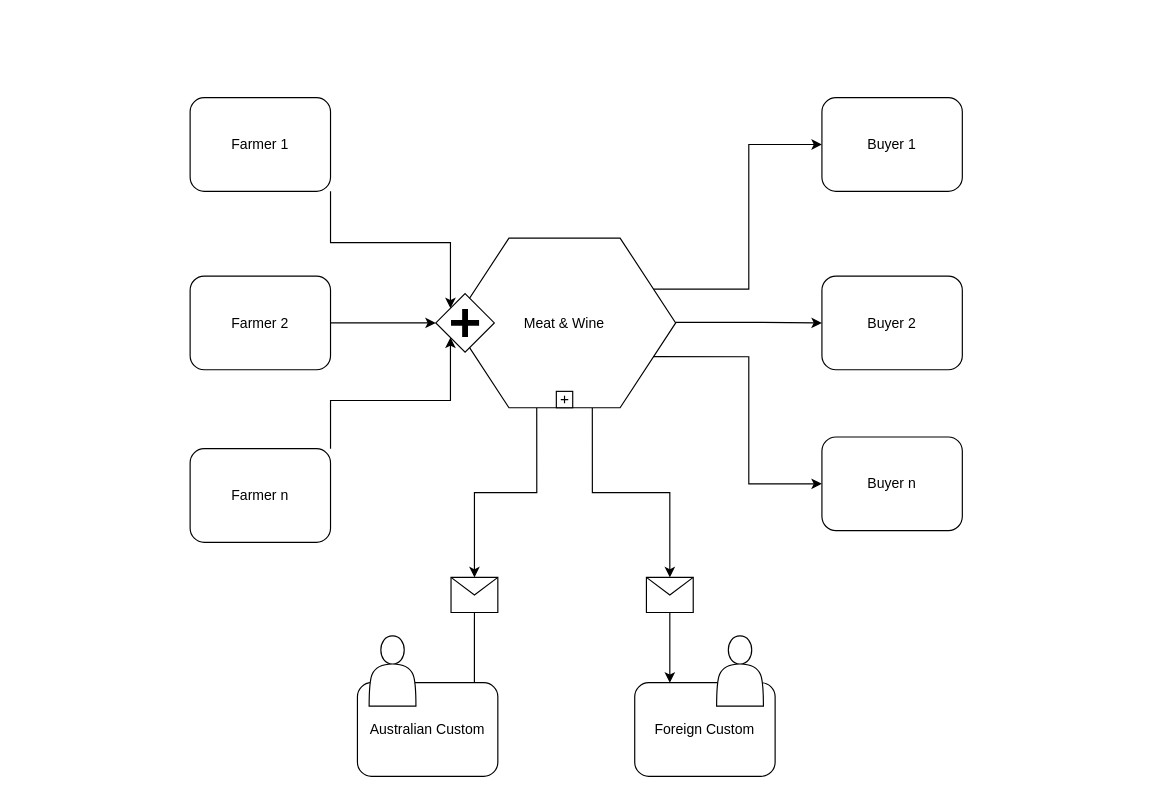
The draw.io diagram Untitled Diagram.drawio in you-zhou/demo, before the edit. Source tidied: cells renumbered, new cells numbered last; positions are measured from the earlier drawing's top-left corner, leaving out a move shared by most shapes. Both pictures are drawn from the tidied source at 117%, with x=0, y=0 at pixel (190, 97). Pictures stored in the file or linked from it are replaced by grey dashed boxes.
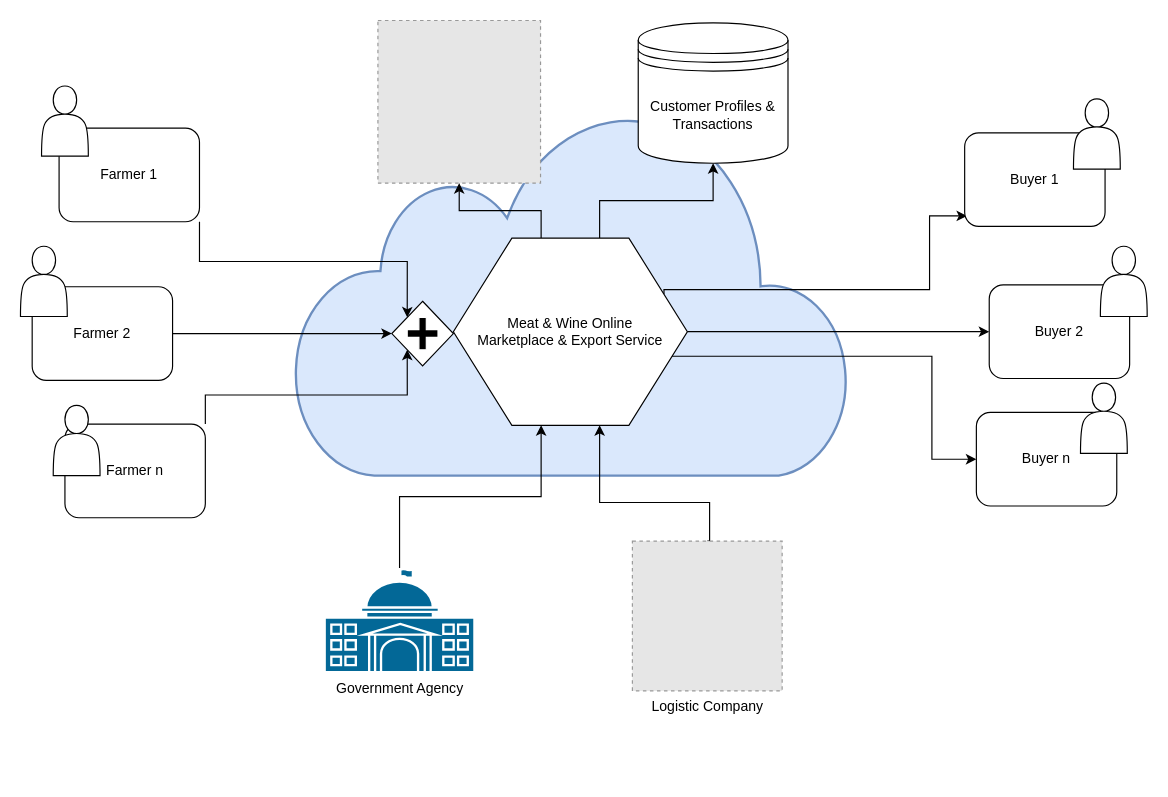
The same diagram, later.

The edit, as a diff of the source:
```diff
@@
+    <mxCell id="27" style="html=1;verticalLabelPosition=bottom;align=center;labelBackgroundColor=#ffffff;verticalAlign=top;strokeWidth=2;strokeColor=#6c8ebf;shadow=0;dashed=0;shape=mxgraph.ios7.icons.cloud;fillStyle=solid;fillColor=#dae8fc;" parent="1" vertex="1">
+      <mxGeometry x="89" y="9" width="475" height="314" as="geometry" />
+    </mxCell>
@@
     <mxCell id="3" value="Farmer 1" style="shape=ext;rounded=1;html=1;whiteSpace=wrap;" parent="1" vertex="1">
-      <mxGeometry width="120" height="80" as="geometry" />
+      <mxGeometry x="-112" y="26" width="120" height="80" as="geometry" />
     </mxCell>
@@
     <mxCell id="5" value="Farmer 2" style="shape=ext;rounded=1;html=1;whiteSpace=wrap;" parent="1" vertex="1">
-      <mxGeometry y="152.5" width="120" height="80" as="geometry" />
+      <mxGeometry x="-135" y="161.6" width="120" height="80" as="geometry" />
     </mxCell>
-    <mxCell id="6" style="edgeStyle=orthogonalEdgeStyle;rounded=0;jettySize=auto;html=1;exitX=1;exitY=0.25;exitDx=0;exitDy=0;entryX=0;entryY=0.5;entryDx=0;entryDy=0;" parent="1" edge="1" source="11" target="17">
-      <mxGeometry relative="1" as="geometry" />
-    </mxCell>
-    <mxCell id="7" style="edgeStyle=orthogonalEdgeStyle;rounded=0;jettySize=auto;html=1;exitX=1;exitY=0.5;exitDx=0;exitDy=0;" parent="1" edge="1" source="11" target="18">
+    <mxCell id="7" style="edgeStyle=orthogonalEdgeStyle;rounded=0;jettySize=auto;html=1;" parent="1" edge="1" source="11" target="18">
       <mxGeometry relative="1" as="geometry" />
     </mxCell>
-    <mxCell id="8" style="edgeStyle=orthogonalEdgeStyle;rounded=0;jettySize=auto;html=1;exitX=1;exitY=0.75;exitDx=0;exitDy=0;entryX=0;entryY=0.5;entryDx=0;entryDy=0;" parent="1" edge="1" source="11" target="16">
-      <mxGeometry relative="1" as="geometry" />
+    <mxCell id="8" style="edgeStyle=orthogonalEdgeStyle;rounded=0;jettySize=auto;html=1;entryX=0;entryY=0.5;entryDx=0;entryDy=0;" parent="1" edge="1" source="11" target="16">
+      <mxGeometry relative="1" as="geometry">
+        <Array as="points">
+          <mxPoint x="634" y="221" />
+          <mxPoint x="634" y="309" />
+        </Array>
+      </mxGeometry>
     </mxCell>
-    <mxCell id="9" style="edgeStyle=orthogonalEdgeStyle;rounded=0;jettySize=auto;html=1;exitX=0.375;exitY=1;exitDx=0;exitDy=0;entryX=0.5;entryY=0;entryDx=0;entryDy=0;" parent="1" edge="1" source="11" target="23">
-      <mxGeometry relative="1" as="geometry" />
-    </mxCell>
-    <mxCell id="10" style="edgeStyle=orthogonalEdgeStyle;rounded=0;jettySize=auto;html=1;exitX=0.625;exitY=1;exitDx=0;exitDy=0;entryX=0.5;entryY=0;entryDx=0;entryDy=0;" parent="1" edge="1" source="11" target="21">
-      <mxGeometry relative="1" as="geometry" />
-    </mxCell>
+    <mxCell id="28" style="edgeStyle=orthogonalEdgeStyle;rounded=0;jettySize=auto;html=1;exitX=0.625;exitY=0;exitDx=0;exitDy=0;" parent="1" edge="1" source="11" target="30">
+      <mxGeometry relative="1" as="geometry" />
+    </mxCell>
+    <mxCell id="6" style="edgeStyle=orthogonalEdgeStyle;rounded=0;jettySize=auto;html=1;exitX=1;exitY=0.25;exitDx=0;exitDy=0;entryX=0.017;entryY=0.888;entryDx=0;entryDy=0;entryPerimeter=0;" parent="1" edge="1" source="11" target="17">
+      <mxGeometry relative="1" as="geometry">
+        <Array as="points">
+          <mxPoint x="632" y="164" />
+          <mxPoint x="632" y="101" />
+        </Array>
+      </mxGeometry>
+    </mxCell>
+    <mxCell id="29" style="edgeStyle=orthogonalEdgeStyle;rounded=0;jettySize=auto;html=1;exitX=0.375;exitY=0;exitDx=0;exitDy=0;" parent="1" edge="1" source="11" target="43">
+      <mxGeometry relative="1" as="geometry" />
+    </mxCell>
-    <mxCell id="11" value="Meat &amp;amp; Wine" style="shape=hexagon;whiteSpace=wrap;html=1;perimeter=hexagonPerimeter;" parent="1" vertex="1">
-      <mxGeometry x="225" y="120" width="190" height="145" as="geometry" />
+    <mxCell id="11" value="Meat &amp;amp; Wine Online&lt;br&gt;Marketplace &amp;amp; Export Service" style="shape=hexagon;whiteSpace=wrap;html=1;perimeter=hexagonPerimeter;" parent="1" vertex="1">
+      <mxGeometry x="225" y="120" width="200" height="160" as="geometry" />
     </mxCell>
-    <mxCell id="12" style="html=1;shape=plus;" parent="11" vertex="1">
-      <mxGeometry x="0.5" y="1" width="14" height="14" relative="1" as="geometry">
-        <mxPoint x="-7" y="-14" as="offset" />
-      </mxGeometry>
-    </mxCell>
-    <mxCell id="13" style="shape=mxgraph.bpmn.shape;html=1;verticalLabelPosition=bottom;labelBackgroundColor=#ffffff;verticalAlign=top;perimeter=rhombusPerimeter;background=gateway;outline=none;symbol=parallelGw;" parent="11" vertex="1">
-      <mxGeometry x="-15" y="47.5" width="50" height="50" as="geometry" />
-    </mxCell>
@@
     <mxCell id="15" value="Farmer n" style="shape=ext;rounded=1;html=1;whiteSpace=wrap;" parent="1" vertex="1">
-      <mxGeometry y="300" width="120" height="80" as="geometry" />
+      <mxGeometry x="-107" y="279" width="120" height="80" as="geometry" />
     </mxCell>
     <mxCell id="16" value="Buyer n" style="html=1;whiteSpace=wrap;rounded=1;" parent="1" vertex="1">
-      <mxGeometry x="540" y="290" width="120" height="80" as="geometry" />
+      <mxGeometry x="672" y="269" width="120" height="80" as="geometry" />
     </mxCell>
     <mxCell id="17" value="Buyer 1" style="html=1;whiteSpace=wrap;rounded=1;" parent="1" vertex="1">
-      <mxGeometry x="540" width="120" height="80" as="geometry" />
+      <mxGeometry x="662" y="30" width="120" height="80" as="geometry" />
     </mxCell>
     <mxCell id="18" value="Buyer 2" style="html=1;whiteSpace=wrap;rounded=1;" parent="1" vertex="1">
-      <mxGeometry x="540" y="152.5" width="120" height="80" as="geometry" />
+      <mxGeometry x="683" y="160" width="120" height="80" as="geometry" />
     </mxCell>
-    <mxCell id="19" value="Foreign Custom" style="html=1;whiteSpace=wrap;rounded=1;" parent="1" vertex="1">
-      <mxGeometry x="380" y="500" width="120" height="80" as="geometry" />
-    </mxCell>
-    <mxCell id="20" style="edgeStyle=orthogonalEdgeStyle;rounded=0;jettySize=auto;html=1;exitX=0.5;exitY=1;exitDx=0;exitDy=0;entryX=0.25;entryY=0;entryDx=0;entryDy=0;" parent="1" edge="1" source="21" target="19">
-      <mxGeometry relative="1" as="geometry" />
-    </mxCell>
-    <mxCell id="21" style="shape=message;whiteSpace=wrap;html=1;" parent="1" vertex="1">
-      <mxGeometry x="390" y="410" width="40" height="30" as="geometry" />
-    </mxCell>
-    <mxCell id="22" style="edgeStyle=orthogonalEdgeStyle;rounded=0;jettySize=auto;html=1;exitX=0.5;exitY=1;exitDx=0;exitDy=0;entryX=0.833;entryY=0.125;entryDx=0;entryDy=0;entryPerimeter=0;" parent="1" edge="1" source="23" target="24">
-      <mxGeometry relative="1" as="geometry" />
-    </mxCell>
-    <mxCell id="23" style="shape=message;whiteSpace=wrap;html=1;" parent="1" vertex="1">
-      <mxGeometry x="223" y="410" width="40" height="30" as="geometry" />
-    </mxCell>
-    <mxCell id="24" value="Australian Custom" style="html=1;whiteSpace=wrap;rounded=1;" parent="1" vertex="1">
-      <mxGeometry x="143" y="500" width="120" height="80" as="geometry" />
-    </mxCell>
     <mxCell id="25" style="shape=actor;whiteSpace=wrap;html=1;" parent="1" vertex="1">
-      <mxGeometry x="153" y="460" width="40" height="60" as="geometry" />
+      <mxGeometry x="-127" y="-10" width="40" height="60" as="geometry" />
     </mxCell>
-    <mxCell id="26" style="shape=actor;whiteSpace=wrap;html=1;" parent="1" vertex="1">
-      <mxGeometry x="450" y="460" width="40" height="60" as="geometry" />
-    </mxCell>
+    <mxCell id="30" value="Customer Profiles &amp;amp; Transactions" style="shape=datastore;whiteSpace=wrap;html=1;" parent="1" vertex="1">
+      <mxGeometry x="383" y="-64" width="128" height="120" as="geometry" />
+    </mxCell>
+    <mxCell id="31" style="shape=actor;whiteSpace=wrap;html=1;" parent="1" vertex="1">
+      <mxGeometry x="-145" y="127" width="40" height="60" as="geometry" />
+    </mxCell>
+    <mxCell id="32" style="shape=actor;whiteSpace=wrap;html=1;" parent="1" vertex="1">
+      <mxGeometry x="-117" y="263" width="40" height="60" as="geometry" />
+    </mxCell>
+    <mxCell id="33" style="shape=actor;whiteSpace=wrap;html=1;" parent="1" vertex="1">
+      <mxGeometry x="761" y="244" width="40" height="60" as="geometry" />
+    </mxCell>
+    <mxCell id="34" style="shape=actor;whiteSpace=wrap;html=1;" parent="1" vertex="1">
+      <mxGeometry x="778" y="127" width="40" height="60" as="geometry" />
+    </mxCell>
+    <mxCell id="35" style="shape=actor;whiteSpace=wrap;html=1;" parent="1" vertex="1">
+      <mxGeometry x="755" y="1" width="40" height="60" as="geometry" />
+    </mxCell>
+    <mxCell id="36" style="edgeStyle=orthogonalEdgeStyle;rounded=0;jettySize=auto;html=1;exitX=0.5;exitY=0;exitDx=0;exitDy=0;exitPerimeter=0;entryX=0.375;entryY=1;entryDx=0;entryDy=0;" parent="1" edge="1" source="37" target="11">
+      <mxGeometry relative="1" as="geometry" />
+    </mxCell>
+    <mxCell id="37" value="Government Agency" style="shape=mxgraph.cisco.buildings.government_building;html=1;dashed=0;fillColor=#036897;strokeColor=#ffffff;strokeWidth=2;verticalLabelPosition=bottom;verticalAlign=top;align=center;outlineConnect=0;" parent="1" vertex="1">
+      <mxGeometry x="115" y="402" width="128" height="89" as="geometry" />
+    </mxCell>
+    <mxCell id="38" style="edgeStyle=orthogonalEdgeStyle;rounded=0;jettySize=auto;html=1;exitX=0.5;exitY=0;exitDx=0;exitDy=0;entryX=0.625;entryY=1;entryDx=0;entryDy=0;" parent="1" edge="1" source="39" target="11">
+      <mxGeometry relative="1" as="geometry">
+        <Array as="points">
+          <mxPoint x="444" y="346" />
+          <mxPoint x="350" y="346" />
+        </Array>
+      </mxGeometry>
+    </mxCell>
+    <mxCell id="39" value="Logistic Company" style="fillColor=#E6E6E6;strokeColor=#999999;dashed=1;html=1;verticalAlign=top;verticalLabelPosition=bottom;labelBackgroundColor=#ffffff;" parent="1" vertex="1">
+      <mxGeometry x="378" y="379" width="128" height="128" as="geometry" />
+    </mxCell>
+    <mxCell id="40" style="fillColor=#E6E6E6;strokeColor=#999999;dashed=1;html=1;verticalAlign=top;verticalLabelPosition=bottom;labelBackgroundColor=#ffffff;" parent="1" vertex="1">
+      <mxGeometry x="190" y="-3" width="59" height="59" as="geometry" />
+    </mxCell>
+    <mxCell id="41" style="fillColor=#E6E6E6;strokeColor=#999999;dashed=1;html=1;verticalAlign=top;verticalLabelPosition=bottom;labelBackgroundColor=#ffffff;" parent="1" vertex="1">
+      <mxGeometry x="213" y="-31" width="57" height="57" as="geometry" />
+    </mxCell>
+    <mxCell id="42" style="fillColor=#E6E6E6;strokeColor=#999999;dashed=1;html=1;verticalAlign=top;verticalLabelPosition=bottom;labelBackgroundColor=#ffffff;" parent="1" vertex="1">
+      <mxGeometry x="230" y="23" width="42" height="42" as="geometry" />
+    </mxCell>
+    <mxCell id="43" style="fillColor=#E6E6E6;strokeColor=#999999;dashed=1;html=1;verticalAlign=top;verticalLabelPosition=bottom;labelBackgroundColor=#ffffff;" parent="1" vertex="1">
+      <mxGeometry x="160.5" y="-66" width="139" height="139" as="geometry" />
+    </mxCell>
+    <mxCell id="13" style="shape=mxgraph.bpmn.shape;html=1;verticalLabelPosition=bottom;labelBackgroundColor=#ffffff;verticalAlign=top;perimeter=rhombusPerimeter;background=gateway;outline=none;symbol=parallelGw;" parent="1" vertex="1">
+      <mxGeometry x="172.4" y="174" width="52.6" height="55.2" as="geometry" />
+    </mxCell>
```
